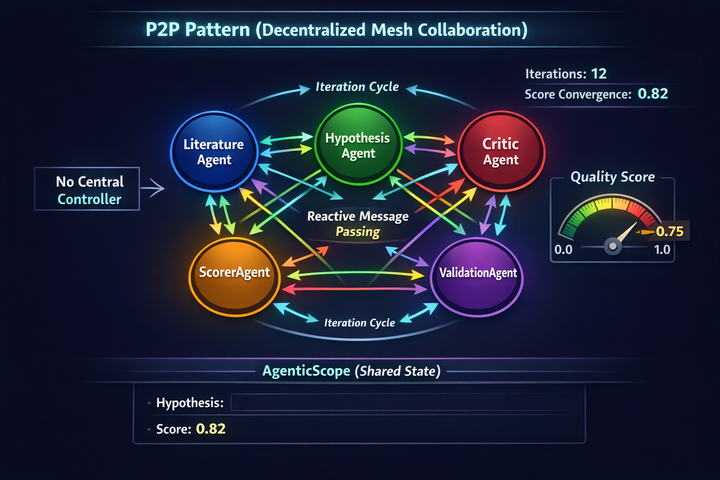
The PlantUML diagram docs/pattern-p2p.png in roryp/matrixagents, before a commit. Its source is kept beside it as docs/pattern-p2p.puml. Its diagram source:
```plantuml
@startuml p2p
!theme plain
skinparam backgroundColor #FFFFFF

title P2P Pattern (Mesh)

rectangle "Literature\nAgent" as p2p1 #PaleTurquoise
rectangle "Hypothesis\nAgent" as p2p2 #PaleTurquoise
rectangle "Critic\nAgent" as p2p3 #PaleTurquoise
rectangle "Validation\nAgent" as p2p4 #PaleTurquoise
rectangle "Scorer\nAgent" as p2p5 #PaleTurquoise

p2p1 --> p2p2
p2p2 --> p2p3
p2p3 --> p2p4
p2p4 --> p2p2 : reformulate
p2p4 --> p2p5 : validated
p2p5 --> p2p2 : score < 0.75

@enduml
```
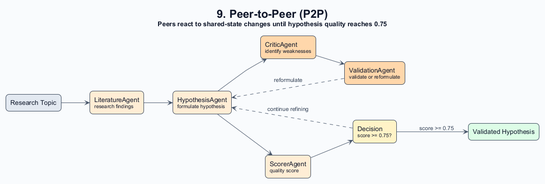
After the commit.

What changed in the source:
```diff
@@ -1,20 +1,28 @@
-@startuml p2p
-!theme plain
-skinparam backgroundColor #FFFFFF
+@startuml pattern-p2p
+!include pattern-theme.puml
+skinparam linetype polyline
 
-title P2P Pattern (Mesh)
+title 9. Peer-to-Peer (P2P)\n<size:14>Peers react to shared-state changes until hypothesis quality reaches 0.75</size>
 
-rectangle "Literature\nAgent" as p2p1 #PaleTurquoise
-rectangle "Hypothesis\nAgent" as p2p2 #PaleTurquoise
-rectangle "Critic\nAgent" as p2p3 #PaleTurquoise
-rectangle "Validation\nAgent" as p2p4 #PaleTurquoise
-rectangle "Scorer\nAgent" as p2p5 #PaleTurquoise
+left to right direction
 
-p2p1 --> p2p2
-p2p2 --> p2p3
-p2p3 --> p2p4
-p2p4 --> p2p2 : reformulate
-p2p4 --> p2p5 : validated
-p2p5 --> p2p2 : score < 0.75
+rectangle "Research Topic" as input #E2E8F0
+rectangle "LiteratureAgent\n<size:11>research findings</size>" as literature #FFEDD5
+rectangle "HypothesisAgent\n<size:11>formulate hypothesis</size>" as hypothesis #FFEDD5
+rectangle "CriticAgent\n<size:11>identify weaknesses</size>" as critic #FED7AA
+rectangle "ValidationAgent\n<size:11>validate or reformulate</size>" as validation #FED7AA
+rectangle "ScorerAgent\n<size:11>quality score</size>" as scorer #FFEDD5
+rectangle "Decision\n<size:11>score >= 0.75?</size>" as gate #FEF3C7
+rectangle "Validated Hypothesis" as output #DCFCE7
+
+input --> literature
+literature --> hypothesis
+hypothesis --> critic
+critic --> validation
+validation ..> hypothesis : reformulate
+hypothesis --> scorer
+scorer --> gate
+gate --> output : score >= 0.75
+gate ..> hypothesis : continue refining
 
 @enduml
```
